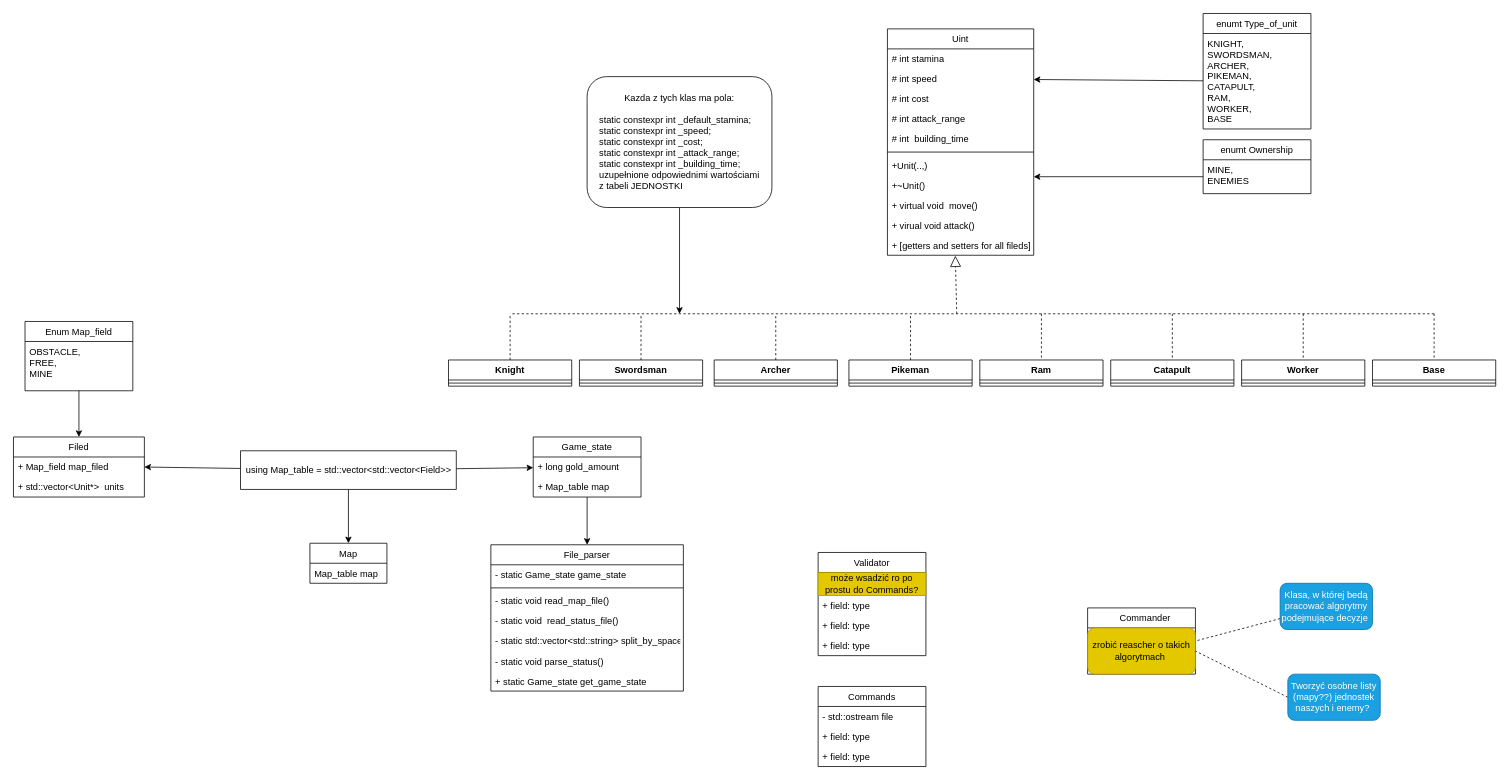
PartyKusZ/board_game keeps this draw.io diagram as diagram/diagram.drawio. Above is the earlier version. Source tidied: cells renumbered, new cells numbered last; positions are measured from the earlier drawing's top-left corner, leaving out a move shared by most shapes. Both pictures are drawn from the tidied source at 77%, with x=0, y=0 at pixel (13, 13).
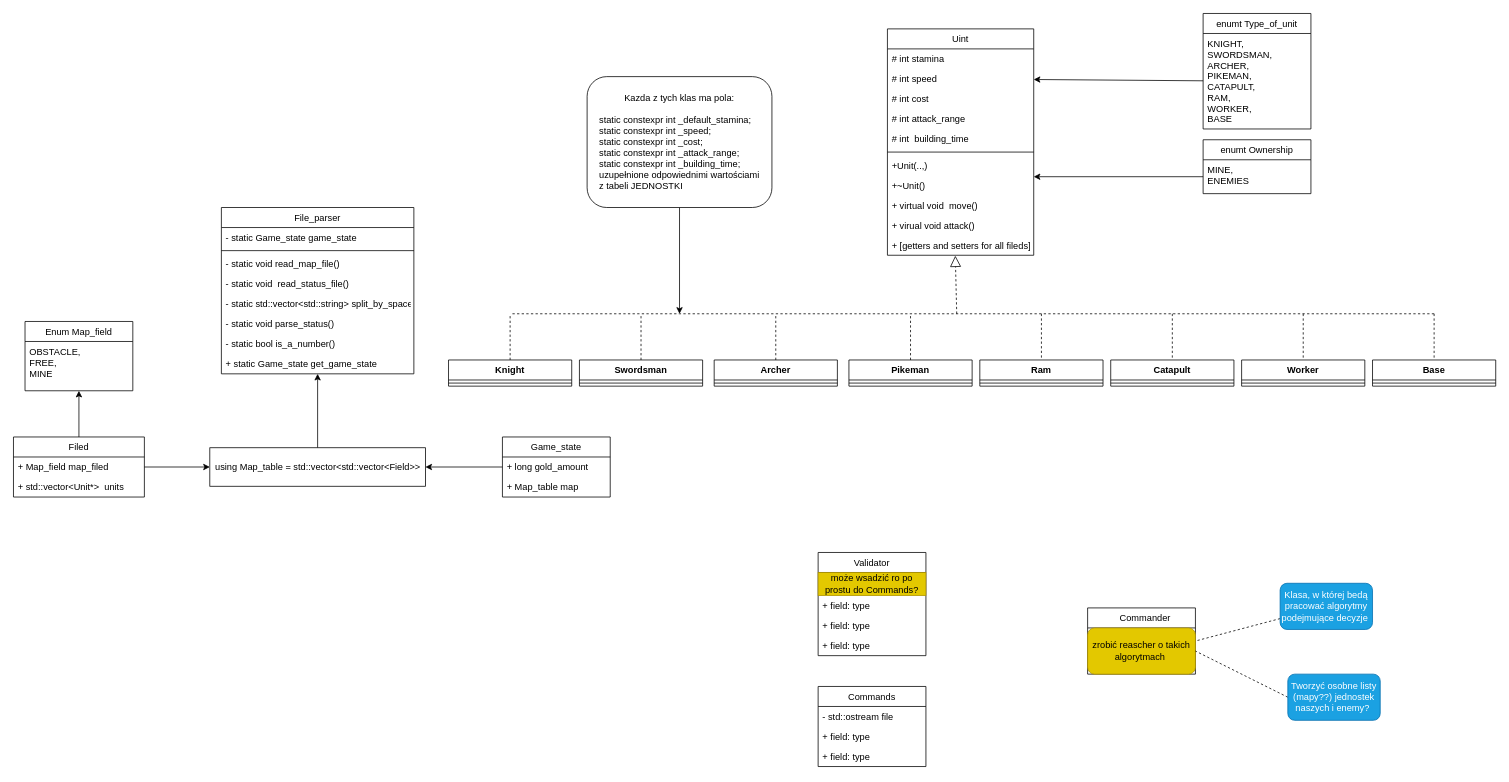
The same diagram, later.

Unchanged cells that the change refers to:
```xml
<mxCell id="75" value="Enum Map_field" style="swimlane;fontStyle=0;horizontal=1;startSize=26;fillColor=none;" parent="1" vertex="1">
  <mxGeometry x="15" y="400" width="140" height="90" as="geometry" />
</mxCell>
<mxCell id="76" value="OBSTACLE,&#10;FREE,&#10;MINE" style="text;strokeColor=none;fillColor=none;align=left;verticalAlign=top;spacingLeft=4;spacingRight=4;overflow=hidden;points=[[0,0.5],[1,0.5]];portConstraint=eastwest;" parent="75" vertex="1">
  <mxGeometry y="26" width="140" height="64" as="geometry" />
</mxCell>
<mxCell id="83" value="+ long gold_amount" style="text;strokeColor=none;fillColor=none;align=left;verticalAlign=top;spacingLeft=4;spacingRight=4;overflow=hidden;points=[[0,0.5],[1,0.5]];portConstraint=eastwest;" parent="82" vertex="1">
  <mxGeometry y="26" width="140" height="26" as="geometry" />
</mxCell>
<mxCell id="85" value="Filed" style="swimlane;fontStyle=0;horizontal=1;startSize=26;fillColor=none;" parent="1" vertex="1">
  <mxGeometry y="550" width="170" height="78" as="geometry" />
</mxCell>
<mxCell id="86" value="+ Map_field map_filed" style="text;strokeColor=none;fillColor=none;align=left;verticalAlign=top;spacingLeft=4;spacingRight=4;overflow=hidden;points=[[0,0.5],[1,0.5]];portConstraint=eastwest;" parent="85" vertex="1">
  <mxGeometry y="26" width="170" height="26" as="geometry" />
</mxCell>
```

The edit, as a diff of the source:
```diff
@@
-    <mxCell id="30" value="Map" style="swimlane;fontStyle=0;horizontal=1;startSize=26;fillColor=none;strokeColor=default;" parent="1" vertex="1">
-      <mxGeometry x="385" y="688" width="100" height="52" as="geometry" />
-    </mxCell>
-    <mxCell id="31" value="Map_table map" style="text;strokeColor=none;fillColor=none;align=left;verticalAlign=top;spacingLeft=4;spacingRight=4;overflow=hidden;" parent="30" vertex="1">
-      <mxGeometry y="26" width="100" height="26" as="geometry" />
-    </mxCell>
@@
     <mxCell id="36" value="File_parser" style="swimlane;fontStyle=0;horizontal=1;startSize=26;fillColor=none;strokeColor=default;" parent="1" vertex="1">
-      <mxGeometry x="620" y="690" width="250" height="190" as="geometry" />
+      <mxGeometry x="270" y="252" width="250" height="216" as="geometry" />
     </mxCell>
@@
+    <mxCell id="88" value="- static bool is_a_number()" style="text;strokeColor=none;fillColor=none;align=left;verticalAlign=top;spacingLeft=4;spacingRight=4;overflow=hidden;" parent="36" vertex="1">
+      <mxGeometry y="164" width="250" height="26" as="geometry" />
+    </mxCell>
     <mxCell id="43" value="+ static Game_state get_game_state" style="text;strokeColor=none;fillColor=none;align=left;verticalAlign=top;spacingLeft=4;spacingRight=4;overflow=hidden;points=[[0,0.5],[1,0.5]];portConstraint=eastwest;" parent="36" vertex="1">
-      <mxGeometry y="164" width="250" height="26" as="geometry" />
+      <mxGeometry y="190" width="250" height="26" as="geometry" />
     </mxCell>
@@
-    <mxCell id="74" style="edgeStyle=none;html=1;" parent="1" edge="1" source="75" target="85">
-      <mxGeometry relative="1" as="geometry" />
-    </mxCell>
@@
-    <mxCell id="77" style="edgeStyle=none;html=1;exitX=0.5;exitY=1;exitDx=0;exitDy=0;" parent="1" edge="1" source="80" target="30">
-      <mxGeometry relative="1" as="geometry" />
-    </mxCell>
-    <mxCell id="78" style="edgeStyle=none;html=1;" parent="1" edge="1" source="80" target="82">
-      <mxGeometry relative="1" as="geometry" />
-    </mxCell>
-    <mxCell id="79" style="edgeStyle=none;html=1;entryX=1;entryY=0.5;entryDx=0;entryDy=0;" parent="1" edge="1" source="80" target="86">
-      <mxGeometry relative="1" as="geometry" />
-    </mxCell>
+    <mxCell id="89" style="edgeStyle=none;html=1;" parent="1" edge="1" source="80" target="43">
+      <mxGeometry relative="1" as="geometry" />
+    </mxCell>
     <mxCell id="80" value="using Map_table = std::vector&amp;lt;std::vector&amp;lt;Field&amp;gt;&amp;gt;" style="html=1;" parent="1" vertex="1">
-      <mxGeometry x="295" y="568" width="280" height="50" as="geometry" />
+      <mxGeometry x="255" y="564" width="280" height="50" as="geometry" />
     </mxCell>
-    <mxCell id="81" style="edgeStyle=none;html=1;" parent="1" edge="1" source="82" target="36">
-      <mxGeometry relative="1" as="geometry" />
-    </mxCell>
     <mxCell id="82" value="Game_state" style="swimlane;fontStyle=0;horizontal=1;startSize=26;fillColor=none;" parent="1" vertex="1">
-      <mxGeometry x="675" y="550" width="140" height="78" as="geometry" />
+      <mxGeometry x="635" y="550" width="140" height="78" as="geometry" />
     </mxCell>
@@
+    <mxCell id="90" style="edgeStyle=none;html=1;exitX=0.5;exitY=0;exitDx=0;exitDy=0;" parent="1" edge="1" source="85" target="76">
+      <mxGeometry relative="1" as="geometry" />
+    </mxCell>
@@
+    <mxCell id="91" style="edgeStyle=none;html=1;entryX=1;entryY=0.5;entryDx=0;entryDy=0;" parent="1" edge="1" source="83" target="80">
+      <mxGeometry relative="1" as="geometry" />
+    </mxCell>
+    <mxCell id="92" style="edgeStyle=none;html=1;exitX=1;exitY=0.5;exitDx=0;exitDy=0;entryX=0;entryY=0.5;entryDx=0;entryDy=0;" parent="1" edge="1" source="86" target="80">
+      <mxGeometry relative="1" as="geometry" />
+    </mxCell>
```
